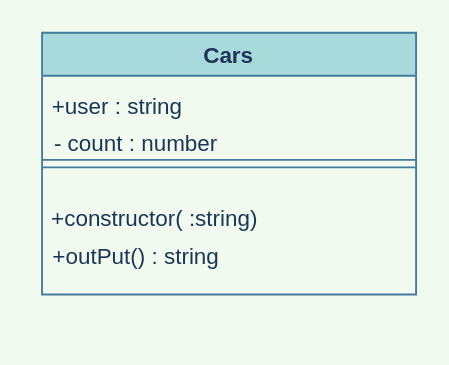
The draw.io diagram Prototype/prototype.drawio in prusichka/Patterns, before the edit. Source tidied: cells renumbered, new cells numbered last; positions are measured from the earlier drawing's top-left corner, leaving out a move shared by most shapes. Both pictures are drawn from the tidied source at 187%, with x=0, y=0 at pixel (32, 32).
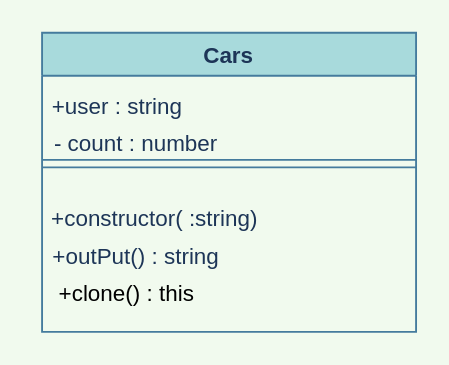
The same diagram, later.

What changed in the source:
```diff
@@
 <mxGraphModel background="#F1FAEE">
   <root>
     <mxCell id="0" />
     <mxCell id="1" parent="0" />
     <mxCell id="2" value="Cars" style="swimlane;fillColor=#A8DADC;strokeColor=#457B9D;fontColor=#1D3557;" parent="1" vertex="1">
-      <mxGeometry x="5" width="200" height="140" as="geometry" />
+      <mxGeometry x="5" width="200" height="160" as="geometry" />
     </mxCell>
     <mxCell id="3" value="+user : string" style="text;html=1;align=center;verticalAlign=middle;strokeColor=none;fontColor=#1D3557;" parent="2" vertex="1">
       <mxGeometry y="30" width="80" height="20" as="geometry" />
     </mxCell>
     <mxCell id="4" value="- count : number" style="text;html=1;align=center;verticalAlign=middle;strokeColor=none;fontColor=#1D3557;" parent="2" vertex="1">
       <mxGeometry y="50" width="100" height="20" as="geometry" />
     </mxCell>
     <mxCell id="5" value="+constructor( :string)" style="text;html=1;align=center;verticalAlign=middle;strokeColor=none;fontColor=#1D3557;" parent="2" vertex="1">
       <mxGeometry x="-5" y="90" width="130" height="20" as="geometry" />
     </mxCell>
     <mxCell id="6" value="+outPut() : string" style="text;html=1;align=center;verticalAlign=middle;strokeColor=none;fontColor=#1D3557;" parent="2" vertex="1">
       <mxGeometry y="110" width="100" height="20" as="geometry" />
     </mxCell>
     <mxCell id="7" style="shape=link;html=1;labelBackgroundColor=#F1FAEE;strokeColor=#457B9D;fontColor=#1D3557;" parent="2" edge="1">
       <mxGeometry relative="1" as="geometry">
         <mxPoint y="70" as="sourcePoint" />
         <mxPoint x="200" y="70" as="targetPoint" />
       </mxGeometry>
     </mxCell>
+    <mxCell id="8" value="&lt;font color=&quot;#000000&quot;&gt;+clone() : this&lt;/font&gt;" style="text;html=1;align=center;verticalAlign=middle;strokeColor=none;" parent="2" vertex="1">
+      <mxGeometry y="130" width="90" height="20" as="geometry" />
+    </mxCell>
   </root>
 </mxGraphModel>
```
